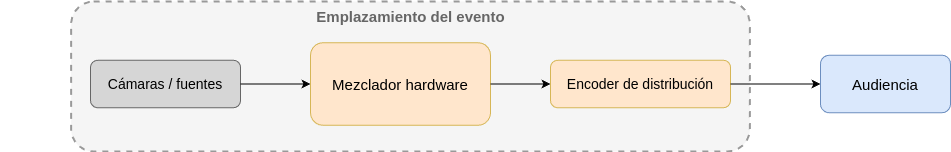
Before: drawio_sources/produccion_tradicional.png, a diagram exported from draw.io (martin1210235/voctomix-2.0). Source tidied: cells renumbered, new cells last; positions are measured from the earlier drawing's top-left corner, leaving out a move shared by most shapes.
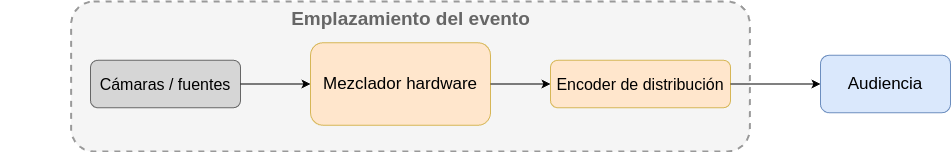
After the change.

Commit message:
docs: update cadena_produccion and produccion_tradicional diagrams

What changed in the source:
```diff
@@ -5,19 +5,19 @@
     <mxCell id="2" style="rounded=1;whiteSpace=wrap;html=1;dashed=1;strokeColor=#999999;fillColor=#f5f5f5;strokeWidth=2;fontSize=13;" parent="1" vertex="1">
       <mxGeometry x="70.6" width="678.8" height="150" as="geometry" />
     </mxCell>
-    <mxCell id="3" value="&lt;font style=&quot;font-size: 15px;&quot;&gt;Emplazamiento del evento&lt;/font&gt;" style="text;html=1;strokeColor=none;fillColor=none;align=center;fontStyle=1;fontSize=13;fontColor=#666666;" parent="1" vertex="1">
+    <mxCell id="3" value="&lt;font style=&quot;font-size: 19px;&quot;&gt;Emplazamiento del evento&lt;/font&gt;" style="text;html=1;strokeColor=none;fillColor=none;align=center;fontStyle=1;fontSize=13;fontColor=#666666;" parent="1" vertex="1">
       <mxGeometry width="820" height="30" as="geometry" />
     </mxCell>
-    <mxCell id="4" value="&lt;font style=&quot;font-size: 14px;&quot;&gt;Cámaras / fuentes&lt;/font&gt;" style="rounded=1;whiteSpace=wrap;html=1;fillColor=#d6d6d6;strokeColor=#666666;fontSize=13;" parent="1" vertex="1">
+    <mxCell id="4" value="&lt;font style=&quot;font-size: 16px;&quot;&gt;Cámaras / fuentes&lt;/font&gt;" style="rounded=1;whiteSpace=wrap;html=1;fillColor=#d6d6d6;strokeColor=#666666;fontSize=13;" parent="1" vertex="1">
       <mxGeometry x="90" y="58.8" width="150" height="47.5" as="geometry" />
     </mxCell>
-    <mxCell id="5" value="&lt;font style=&quot;font-size: 15px;&quot;&gt;Mezclador hardware&lt;/font&gt;" style="rounded=1;whiteSpace=wrap;html=1;fillColor=#FFE6CC;strokeColor=#d6b656;fontSize=13;" parent="1" vertex="1">
+    <mxCell id="5" value="&lt;font style=&quot;font-size: 17px;&quot;&gt;Mezclador hardware&lt;/font&gt;" style="rounded=1;whiteSpace=wrap;html=1;fillColor=#FFE6CC;strokeColor=#d6b656;fontSize=13;" parent="1" vertex="1">
       <mxGeometry x="310" y="41.2" width="180" height="82.5" as="geometry" />
     </mxCell>
-    <mxCell id="6" value="&lt;font style=&quot;font-size: 14px;&quot;&gt;Encoder de distribución&lt;/font&gt;" style="rounded=1;whiteSpace=wrap;html=1;fillColor=#FFE6CC;strokeColor=#d6b656;fontSize=13;" parent="1" vertex="1">
+    <mxCell id="6" value="&lt;font style=&quot;font-size: 16px;&quot;&gt;Encoder de distribución&lt;/font&gt;" style="rounded=1;whiteSpace=wrap;html=1;fillColor=#FFE6CC;strokeColor=#d6b656;fontSize=13;" parent="1" vertex="1">
       <mxGeometry x="550" y="58.8" width="180" height="47.5" as="geometry" />
     </mxCell>
-    <mxCell id="7" value="&lt;font style=&quot;font-size: 15px;&quot;&gt;Audiencia&lt;/font&gt;" style="rounded=1;whiteSpace=wrap;html=1;fillColor=#dae8fc;strokeColor=#6c8ebf;fontSize=13;" parent="1" vertex="1">
+    <mxCell id="7" value="&lt;font style=&quot;font-size: 17px;&quot;&gt;Audiencia&lt;/font&gt;" style="rounded=1;whiteSpace=wrap;html=1;fillColor=#dae8fc;strokeColor=#6c8ebf;fontSize=13;" parent="1" vertex="1">
       <mxGeometry x="820" y="53.8" width="130" height="57.5" as="geometry" />
     </mxCell>
     <mxCell id="8" style="edgeStyle=orthogonalEdgeStyle;fontSize=13;" parent="1" edge="1" source="4" target="5">
```
